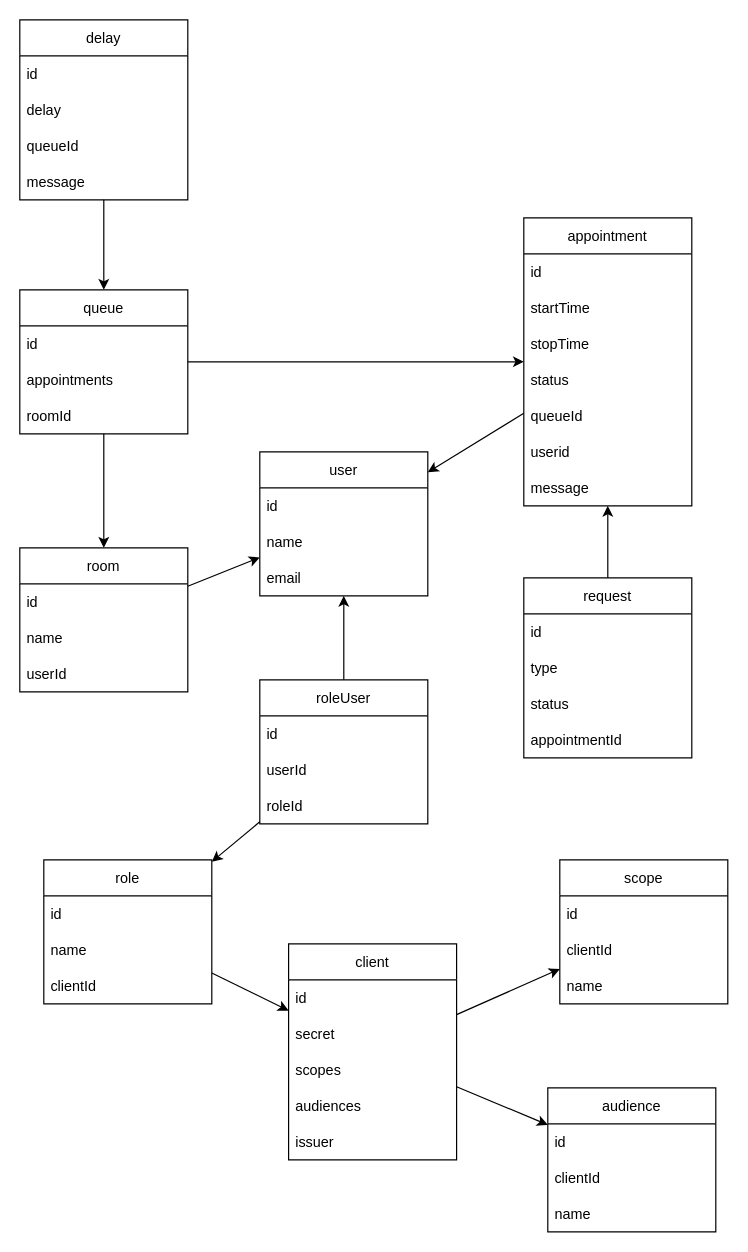
This is __diagrams__/information.drawio from Oglop/Queue, a draw.io file, before an edit. Source tidied: cells renumbered, new cells numbered last; positions are measured from the earlier drawing's top-left corner, leaving out a move shared by most shapes. Both pictures are drawn from the tidied source at 120%, with x=0, y=0 at pixel (19, 19).
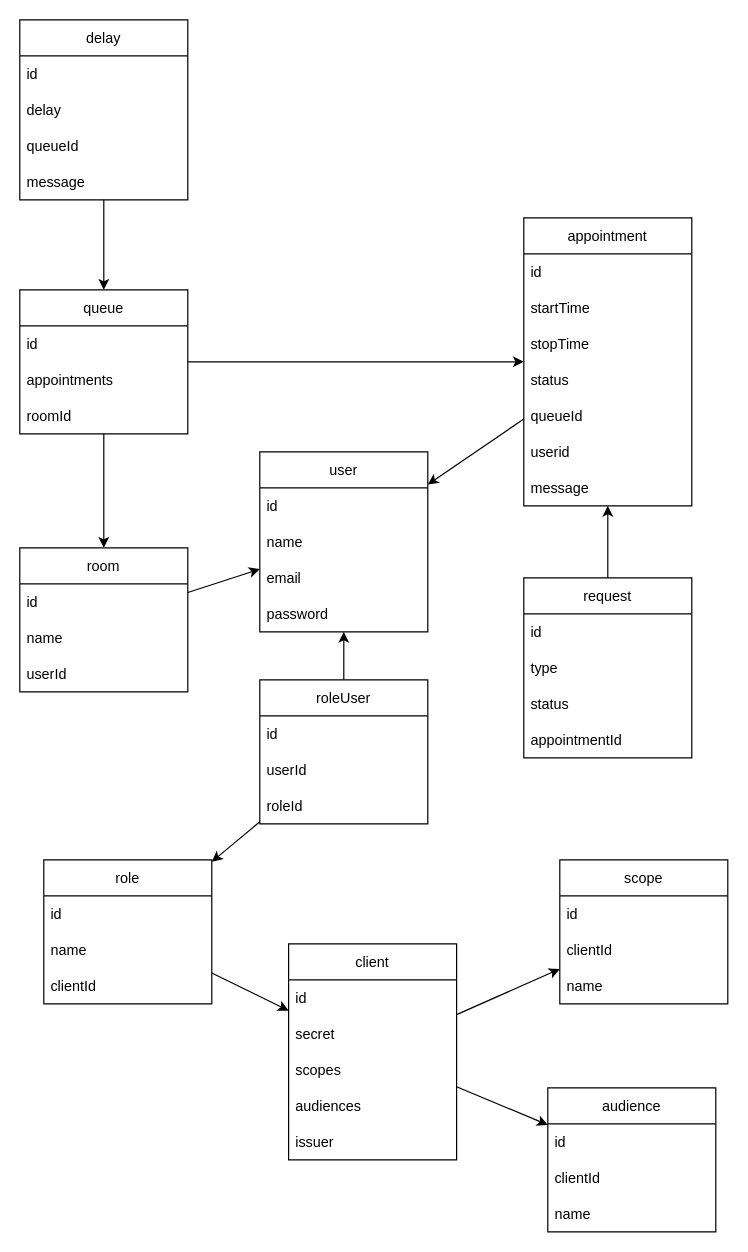
Above is the later version.

Change to the diagram source:
```diff
@@
     <mxCell id="24" value="user" style="swimlane;fontStyle=0;horizontal=1;startSize=30;" parent="1" vertex="1">
-      <mxGeometry x="200" y="360" width="140" height="120" as="geometry" />
+      <mxGeometry x="200" y="360" width="140" height="150" as="geometry" />
     </mxCell>
@@
+    <mxCell id="65" value="password" style="text;strokeColor=none;fillColor=none;align=left;verticalAlign=middle;spacingLeft=4;spacingRight=4;overflow=hidden;" parent="24" vertex="1">
+      <mxGeometry y="120" width="140" height="30" as="geometry" />
+    </mxCell>
```
